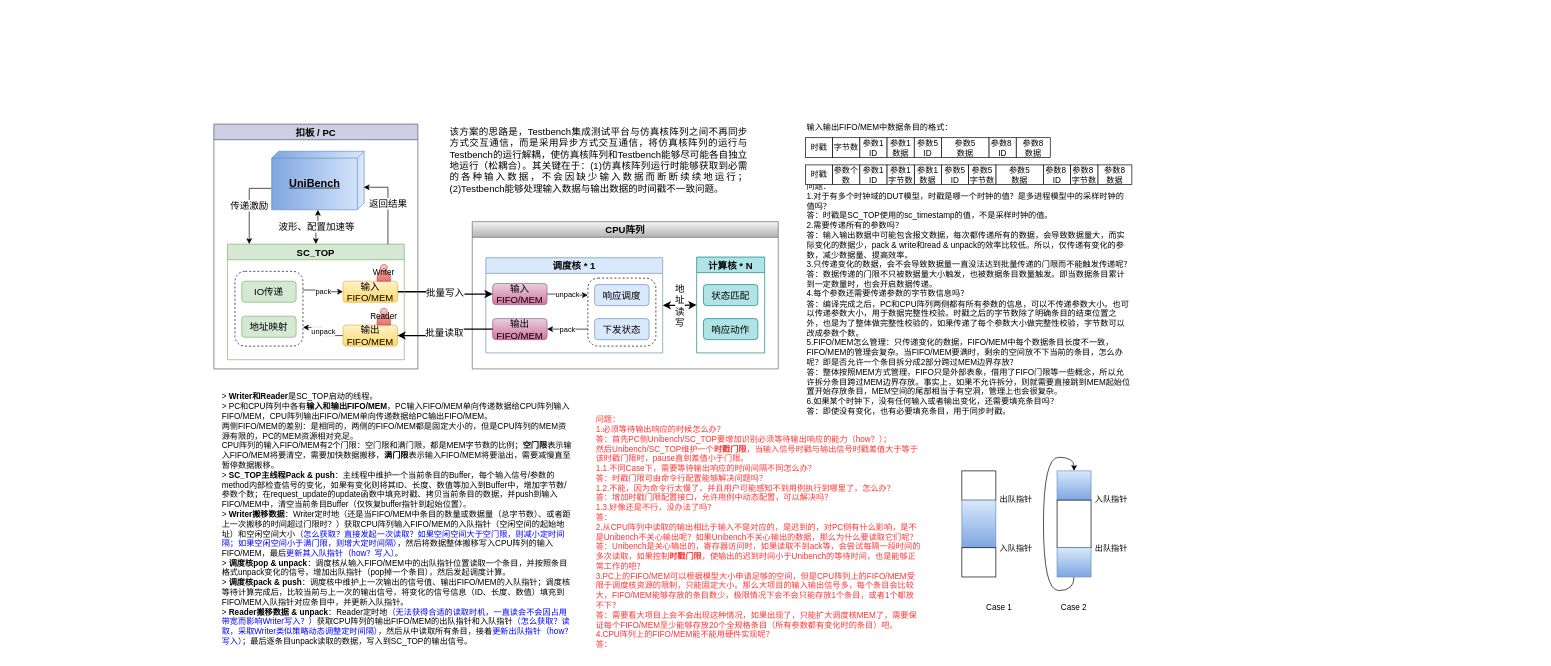
Dercury/CLDK keeps this draw.io diagram as page "异步通信" (2 of 2) of verilator_digrams/aync_comm.drawio. Above is the earlier version. Source tidied: cells renumbered, new cells numbered last; positions are measured from the earlier drawing's top-left corner, leaving out a move shared by most shapes. Both pictures are drawn from the tidied source at 68%, with x=0, y=0 at pixel (214, 117).
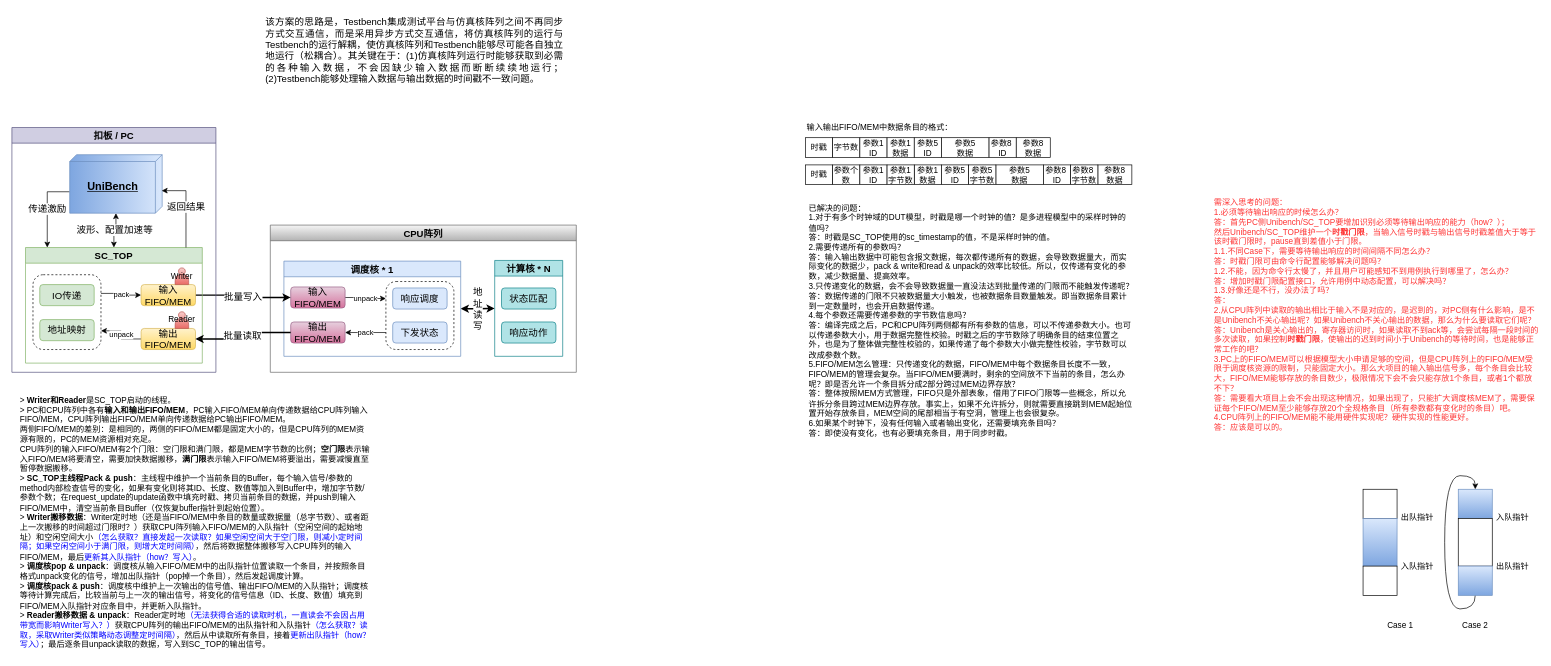
The same page after the edit.

The edit, as a diff of the source:
```diff
@@
     <mxCell id="2" value="CPU阵列" style="swimlane;fontSize=14;fillColor=#f5f5f5;strokeColor=#666666;gradientColor=#b3b3b3;" parent="1" vertex="1">
-      <mxGeometry x="380" y="153.5" width="450" height="216.5" as="geometry" />
+      <mxGeometry x="83" y="158.5" width="450" height="216.5" as="geometry" />
     </mxCell>
@@
     <mxCell id="17" value="扣板 / PC" style="swimlane;fontSize=14;fillColor=#d0cee2;strokeColor=#56517e;" parent="1" vertex="1">
-      <mxGeometry y="10" width="300" height="360" as="geometry" />
+      <mxGeometry x="-297" y="15" width="300" height="360" as="geometry" />
     </mxCell>
@@
-    <mxCell id="34" value="&lt;div&gt;&lt;span style=&quot;background-color: initial; color: rgb(255, 51, 51);&quot;&gt;问题：&lt;/span&gt;&lt;br&gt;&lt;/div&gt;&lt;div&gt;&lt;font color=&quot;#ff3333&quot;&gt;1.必须等待输出响应的时候怎么办？&lt;/font&gt;&lt;/div&gt;&lt;div&gt;&lt;font color=&quot;#ff3333&quot;&gt;答：首先PC侧Unibench/SC_TOP要增加识别必须等待输出响应的能力（how？）；&lt;/font&gt;&lt;/div&gt;&lt;div&gt;&lt;font color=&quot;#ff3333&quot;&gt;然后Unibench/SC_TOP维护一个&lt;b&gt;时戳门限&lt;/b&gt;，当输入信号时戳与输出信号时戳差值大于等于该时戳门限时，pause直到差值小于门限。&lt;/font&gt;&lt;/div&gt;&lt;div&gt;&lt;font color=&quot;#ff3333&quot;&gt;1.1.不同Case下，需要等待输出响应的时间间隔不同怎么办？&lt;/font&gt;&lt;/div&gt;&lt;div&gt;&lt;font color=&quot;#ff3333&quot;&gt;答：时戳门限可由命令行配置能够解决问题吗？&lt;/font&gt;&lt;/div&gt;&lt;div&gt;&lt;font color=&quot;#ff3333&quot;&gt;1.2.不能，因为命令行太慢了，并且用户可能感知不到用例执行到哪里了，怎么办？&lt;/font&gt;&lt;/div&gt;&lt;div&gt;&lt;font color=&quot;#ff3333&quot;&gt;答：增加时戳门限配置接口，允许用例中动态配置，可以解决吗？&lt;/font&gt;&lt;/div&gt;&lt;div&gt;&lt;font color=&quot;#ff3333&quot;&gt;1.3.好像还是不行，没办法了吗？&lt;/font&gt;&lt;/div&gt;&lt;div&gt;&lt;font color=&quot;#ff3333&quot;&gt;答：&lt;/font&gt;&lt;/div&gt;&lt;div&gt;&lt;font color=&quot;#ff3333&quot;&gt;2.从CPU阵列中读取的输出相比于输入不是对应的，是迟到的，对PC侧有什么影响，是不是Unibench不关心输出呢？&lt;/font&gt;&lt;span style=&quot;color: rgb(255, 51, 51); background-color: initial;&quot;&gt;如果Unibench不关心输出的数据，那么为什么要读取它们呢？&lt;/span&gt;&lt;/div&gt;&lt;div&gt;&lt;span style=&quot;color: rgb(255, 51, 51);&quot;&gt;答：Unibench是关心输出的，寄存器访问时，如果读取不到ack等，会尝试每隔一段时间的多次读取，如果控制&lt;b&gt;时戳门限&lt;/b&gt;，使输出的迟到时间小于Unibench的等待时间，也是能够正常工作的吧？&lt;/span&gt;&lt;span style=&quot;color: rgb(255, 51, 51); background-color: initial;&quot;&gt;&lt;br&gt;&lt;/span&gt;&lt;/div&gt;&lt;div&gt;&lt;span style=&quot;color: rgb(255, 51, 51); background-color: initial;&quot;&gt;3.PC上的FIFO/MEM可以根据模型大小申请足够的空间，但是CPU阵列上的FIFO/MEM受限于调度核资源的限制，只能固定大小。那么大项目的输入输出信号多，每个条目会比较大，FIFO/MEM能够存放的条目数少，极限情况下会不会只能存放1个条目，或者1个都放不下？&lt;/span&gt;&lt;/div&gt;&lt;div&gt;&lt;span style=&quot;color: rgb(255, 51, 51); background-color: initial;&quot;&gt;答：需要看大项目上会不会出现这种情况，如果出现了，只能扩大调度核MEM了，需要保证每个FIFO/MEM至少能够存放20个全规格条目（所有参数都有变化时的条目）吧。&lt;/span&gt;&lt;/div&gt;&lt;div&gt;&lt;span style=&quot;color: rgb(255, 51, 51); background-color: initial;&quot;&gt;4.CPU阵列上的FIFO/MEM能不能用硬件实现呢？&lt;/span&gt;&lt;/div&gt;&lt;div&gt;&lt;span style=&quot;color: rgb(255, 51, 51);&quot;&gt;答：&lt;/span&gt;&lt;span style=&quot;color: rgb(255, 51, 51); background-color: initial;&quot;&gt;&lt;br&gt;&lt;/span&gt;&lt;/div&gt;" style="text;html=1;align=left;verticalAlign=middle;whiteSpace=wrap;rounded=0;" parent="1" vertex="1">
-      <mxGeometry x="560" y="430" width="480" height="360" as="geometry" />
+    <mxCell id="34" value="&lt;div&gt;&lt;span style=&quot;background-color: initial; color: rgb(255, 51, 51);&quot;&gt;需深入思考的问题：&lt;/span&gt;&lt;br&gt;&lt;/div&gt;&lt;div&gt;&lt;font color=&quot;#ff3333&quot;&gt;1.必须等待输出响应的时候怎么办？&lt;/font&gt;&lt;/div&gt;&lt;div&gt;&lt;font color=&quot;#ff3333&quot;&gt;答：首先PC侧Unibench/SC_TOP要增加识别必须等待输出响应的能力（how？）；&lt;/font&gt;&lt;/div&gt;&lt;div&gt;&lt;font color=&quot;#ff3333&quot;&gt;然后Unibench/SC_TOP维护一个&lt;b&gt;时戳门限&lt;/b&gt;，当输入信号时戳与输出信号时戳差值大于等于该时戳门限时，pause直到差值小于门限。&lt;/font&gt;&lt;/div&gt;&lt;div&gt;&lt;font color=&quot;#ff3333&quot;&gt;1.1.不同Case下，需要等待输出响应的时间间隔不同怎么办？&lt;/font&gt;&lt;/div&gt;&lt;div&gt;&lt;font color=&quot;#ff3333&quot;&gt;答：时戳门限可由命令行配置能够解决问题吗？&lt;/font&gt;&lt;/div&gt;&lt;div&gt;&lt;font color=&quot;#ff3333&quot;&gt;1.2.不能，因为命令行太慢了，并且用户可能感知不到用例执行到哪里了，怎么办？&lt;/font&gt;&lt;/div&gt;&lt;div&gt;&lt;font color=&quot;#ff3333&quot;&gt;答：增加时戳门限配置接口，允许用例中动态配置，可以解决吗？&lt;/font&gt;&lt;/div&gt;&lt;div&gt;&lt;font color=&quot;#ff3333&quot;&gt;1.3.好像还是不行，没办法了吗？&lt;/font&gt;&lt;/div&gt;&lt;div&gt;&lt;font color=&quot;#ff3333&quot;&gt;答：&lt;/font&gt;&lt;/div&gt;&lt;div&gt;&lt;font color=&quot;#ff3333&quot;&gt;2.从CPU阵列中读取的输出相比于输入不是对应的，是迟到的，对PC侧有什么影响，是不是Unibench不关心输出呢？&lt;/font&gt;&lt;span style=&quot;color: rgb(255, 51, 51); background-color: initial;&quot;&gt;如果Unibench不关心输出的数据，那么为什么要读取它们呢？&lt;/span&gt;&lt;/div&gt;&lt;div&gt;&lt;span style=&quot;color: rgb(255, 51, 51);&quot;&gt;答：Unibench是关心输出的，寄存器访问时，如果读取不到ack等，会尝试每隔一段时间的多次读取，如果控制&lt;b&gt;时戳门限&lt;/b&gt;，使输出的迟到时间小于Unibench的等待时间，也是能够正常工作的吧？&lt;/span&gt;&lt;span style=&quot;color: rgb(255, 51, 51); background-color: initial;&quot;&gt;&lt;br&gt;&lt;/span&gt;&lt;/div&gt;&lt;div&gt;&lt;span style=&quot;color: rgb(255, 51, 51); background-color: initial;&quot;&gt;3.PC上的FIFO/MEM可以根据模型大小申请足够的空间，但是CPU阵列上的FIFO/MEM受限于调度核资源的限制，只能固定大小。那么大项目的输入输出信号多，每个条目会比较大，FIFO/MEM能够存放的条目数少，极限情况下会不会只能存放1个条目，或者1个都放不下？&lt;/span&gt;&lt;/div&gt;&lt;div&gt;&lt;span style=&quot;color: rgb(255, 51, 51); background-color: initial;&quot;&gt;答：需要看大项目上会不会出现这种情况，如果出现了，只能扩大调度核MEM了，需要保证每个FIFO/MEM至少能够存放20个全规格条目（所有参数都有变化时的条目）吧。&lt;/span&gt;&lt;/div&gt;&lt;div&gt;&lt;span style=&quot;color: rgb(255, 51, 51); background-color: initial;&quot;&gt;4.CPU阵列上的FIFO/MEM能不能用硬件实现呢？硬件实现的性能更好。&lt;/span&gt;&lt;/div&gt;&lt;div&gt;&lt;span style=&quot;color: rgb(255, 51, 51);&quot;&gt;答：应该是可以的。&lt;/span&gt;&lt;span style=&quot;color: rgb(255, 51, 51); background-color: initial;&quot;&gt;&lt;br&gt;&lt;/span&gt;&lt;/div&gt;" style="text;html=1;align=left;verticalAlign=middle;whiteSpace=wrap;rounded=0;" parent="1" vertex="1">
+      <mxGeometry x="1469" y="111" width="480" height="360" as="geometry" />
     </mxCell>
@@
-    <mxCell id="44" value="&lt;span style=&quot;&quot;&gt;问题：&lt;/span&gt;&lt;div&gt;&lt;span style=&quot;&quot;&gt;1.对于有多个时钟域的DUT模型，时戳是哪一个时钟的值？是多进程模型中的采样时钟的值吗？&lt;/span&gt;&lt;/div&gt;&lt;div&gt;答：时戳是SC_TOP使用的sc_timestamp的值，不是采样时钟的值。&lt;/div&gt;&lt;div&gt;2.需要传递所有的参数吗？&lt;/div&gt;&lt;div&gt;&lt;span style=&quot;background-color: initial;&quot;&gt;答：&lt;/span&gt;输入输出数据中可能包含报文数据，每次都传递所有的数据，会导致数据量大，而实际变化的数据少，pack &amp;amp; write和read &amp;amp; unpack的效率比较低。所以，仅传递有变化的参数，减少数据量、提高效率。&lt;/div&gt;&lt;div&gt;3.只传递变化的数据，会不会导致数据量一直没法达到批量传递的门限而不能触发传递呢？&lt;/div&gt;&lt;div&gt;&lt;span style=&quot;background-color: initial;&quot;&gt;答：&lt;/span&gt;数据传递的门限不只被数据量大小触发，也被数据条目数量触发。即当数据条目累计到一定数量时，也会开启数据传递。&lt;/div&gt;&lt;div&gt;4.每个参数还需要传递参数的字节数信息吗？&lt;/div&gt;&lt;div&gt;&lt;span style=&quot;background-color: initial;&quot;&gt;答：&lt;/span&gt;编译完成之后，PC和CPU阵列两侧都有&lt;span style=&quot;background-color: initial;&quot;&gt;所有&lt;/span&gt;&lt;span style=&quot;background-color: initial;&quot;&gt;参数的信息，可以不传递参数大小。也可以传递参数大小，用于数据完整性校验。时戳之后的字节数除了明确条目的结束位置之外，也是为了整体做完整性校验的，如果传递了每个参数大小做完整性校验，字节数可以改成参数个数。&lt;/span&gt;&lt;/div&gt;&lt;div&gt;&lt;span style=&quot;background-color: initial;&quot;&gt;5.FIFO/MEM怎么管理：只传递变化的数据，FIFO/MEM中每个数据条目长度不一致，FIFO/MEM的管理会复杂。当FIFO/MEM要满时，剩余的空间放不下当前的条目，怎么办呢？即是否允许一个条目拆分成2部分跨过MEM边界存放？&lt;/span&gt;&lt;/div&gt;&lt;div&gt;答：整体按照MEM方式管理，FIFO只是外部表象，借用了FIFO门限等一些概念，所以允许拆分条目跨过MEM边界存放。事实上，如果不允许拆分，则就需要直接跳到MEM起始位置开始存放条目，MEM空间的尾部相当于有空洞，管理上也会很复杂。&lt;span style=&quot;background-color: initial;&quot;&gt;&lt;br&gt;&lt;/span&gt;&lt;/div&gt;&lt;div&gt;&lt;span style=&quot;background-color: initial;&quot;&gt;6.如果某个时钟下，没有任何输入或者输出变化，还需要填充条目吗？&lt;/span&gt;&lt;/div&gt;&lt;div&gt;&lt;span style=&quot;background-color: initial;&quot;&gt;答：即使没有变化，也&lt;/span&gt;&lt;span style=&quot;background-color: initial;&quot;&gt;有必要填充条目，用于同步时戳。&lt;/span&gt;&lt;/div&gt;" style="text;html=1;align=left;verticalAlign=middle;whiteSpace=wrap;rounded=0;" parent="1" vertex="1">
-      <mxGeometry x="870" y="103" width="480" height="327" as="geometry" />
+    <mxCell id="44" value="&lt;span style=&quot;&quot;&gt;已解决的问题：&lt;/span&gt;&lt;div&gt;&lt;span style=&quot;&quot;&gt;1.对于有多个时钟域的DUT模型，时戳是哪一个时钟的值？是多进程模型中的采样时钟的值吗？&lt;/span&gt;&lt;/div&gt;&lt;div&gt;答：时戳是SC_TOP使用的sc_timestamp的值，不是采样时钟的值。&lt;/div&gt;&lt;div&gt;2.需要传递所有的参数吗？&lt;/div&gt;&lt;div&gt;&lt;span style=&quot;background-color: initial;&quot;&gt;答：&lt;/span&gt;输入输出数据中可能包含报文数据，每次都传递所有的数据，会导致数据量大，而实际变化的数据少，pack &amp;amp; write和read &amp;amp; unpack的效率比较低。所以，仅传递有变化的参数，减少数据量、提高效率。&lt;/div&gt;&lt;div&gt;3.只传递变化的数据，会不会导致数据量一直没法达到批量传递的门限而不能触发传递呢？&lt;/div&gt;&lt;div&gt;&lt;span style=&quot;background-color: initial;&quot;&gt;答：&lt;/span&gt;数据传递的门限不只被数据量大小触发，也被数据条目数量触发。即当数据条目累计到一定数量时，也会开启数据传递。&lt;/div&gt;&lt;div&gt;4.每个参数还需要传递参数的字节数信息吗？&lt;/div&gt;&lt;div&gt;&lt;span style=&quot;background-color: initial;&quot;&gt;答：&lt;/span&gt;编译完成之后，PC和CPU阵列两侧都有&lt;span style=&quot;background-color: initial;&quot;&gt;所有&lt;/span&gt;&lt;span style=&quot;background-color: initial;&quot;&gt;参数的信息，可以不传递参数大小。也可以传递参数大小，用于数据完整性校验。时戳之后的字节数除了明确条目的结束位置之外，也是为了整体做完整性校验的，如果传递了每个参数大小做完整性校验，字节数可以改成参数个数。&lt;/span&gt;&lt;/div&gt;&lt;div&gt;&lt;span style=&quot;background-color: initial;&quot;&gt;5.FIFO/MEM怎么管理：只传递变化的数据，FIFO/MEM中每个数据条目长度不一致，FIFO/MEM的管理会复杂。当FIFO/MEM要满时，剩余的空间放不下当前的条目，怎么办呢？即是否允许一个条目拆分成2部分跨过MEM边界存放？&lt;/span&gt;&lt;/div&gt;&lt;div&gt;答：整体按照MEM方式管理，FIFO只是外部表象，借用了FIFO门限等一些概念，所以允许拆分条目跨过MEM边界存放。事实上，如果不允许拆分，则就需要直接跳到MEM起始位置开始存放条目，MEM空间的尾部相当于有空洞，管理上也会很复杂。&lt;span style=&quot;background-color: initial;&quot;&gt;&lt;br&gt;&lt;/span&gt;&lt;/div&gt;&lt;div&gt;&lt;span style=&quot;background-color: initial;&quot;&gt;6.如果某个时钟下，没有任何输入或者输出变化，还需要填充条目吗？&lt;/span&gt;&lt;/div&gt;&lt;div&gt;&lt;span style=&quot;background-color: initial;&quot;&gt;答：即使没有变化，也&lt;/span&gt;&lt;span style=&quot;background-color: initial;&quot;&gt;有必要填充条目，用于同步时戳。&lt;/span&gt;&lt;/div&gt;" style="text;html=1;align=left;verticalAlign=middle;whiteSpace=wrap;rounded=0;" parent="1" vertex="1">
+      <mxGeometry x="873" y="118" width="480" height="361" as="geometry" />
     </mxCell>
@@
     <mxCell id="56" value="&lt;div&gt;&lt;span style=&quot;background-color: initial;&quot;&gt;&amp;gt; &lt;b&gt;Writer和Reader&lt;/b&gt;是SC_TOP启动的线程。&lt;/span&gt;&lt;/div&gt;&lt;div&gt;&lt;span style=&quot;background-color: initial;&quot;&gt;&amp;gt; PC和CPU阵列中各有&lt;b&gt;输入和输出FIFO/MEM&lt;/b&gt;，PC输入FIFO/MEM单向传递数据给CPU阵列输入FIFO/MEM，CPU阵列输出FIFO/MEM单向传递数据给PC输出FIFO/MEM。&lt;/span&gt;&lt;br&gt;&lt;/div&gt;&lt;div&gt;两侧FIFO/MEM的差别：是相同的，两侧的FIFO/MEM都是固定大小的，但是&lt;span style=&quot;background-color: initial;&quot;&gt;CPU阵列的MEM资源有限的，&lt;/span&gt;&lt;span style=&quot;background-color: initial;&quot;&gt;PC的MEM资源相对充足。&lt;/span&gt;&lt;/div&gt;&lt;div&gt;CPU阵列的输入FIFO/MEM有2个门限：空门限和满门限，都是MEM字节数的比例；&lt;b&gt;空门限&lt;/b&gt;表示输入FIFO/MEM将要清空，需要加快数据搬移，&lt;b&gt;满门限&lt;/b&gt;表示输入FIFO/MEM将要溢出，需要减慢直至暂停数据搬移。&lt;br&gt;&lt;/div&gt;&lt;div&gt;&lt;span style=&quot;background-color: initial;&quot;&gt;&amp;gt;&amp;nbsp;&lt;/span&gt;&lt;b style=&quot;background-color: initial;&quot;&gt;SC_TOP&lt;/b&gt;&lt;b style=&quot;background-color: initial;&quot;&gt;主线程Pack &amp;amp; push&lt;/b&gt;&lt;span style=&quot;background-color: initial;&quot;&gt;：主线程中维护一个当前条目的Buffer，每个输入信号/参数的method内部检查信号的变化，如果有变化则将其ID、长度、数值等加入到Buffer中，增加字节数/参数个数；在request_update的update函数中填充时戳、拷贝当前条目的数据，并push到输入FIFO/MEM中，清空当前条目Buffer（仅恢复buffer指针到起始位置）。&lt;/span&gt;&lt;/div&gt;&lt;div&gt;&amp;gt; &lt;b&gt;Writer搬移数据&lt;/b&gt;：&lt;span style=&quot;background-color: initial;&quot;&gt;Writer定时地&lt;/span&gt;&lt;span style=&quot;background-color: initial;&quot;&gt;（还是当FIFO/MEM中条目的数量或数据量（总字节数）、或者距上一次搬移的时间超过门限时？&lt;/span&gt;&lt;span style=&quot;background-color: initial;&quot;&gt;）&lt;/span&gt;&lt;font style=&quot;background-color: initial;&quot;&gt;获取CPU阵列输入FIFO/MEM的入队指针（&lt;/font&gt;&lt;span style=&quot;background-color: initial;&quot;&gt;空闲空间的起始地址&lt;/span&gt;&lt;font style=&quot;background-color: initial;&quot;&gt;）和空闲空间大小&lt;/font&gt;&lt;font color=&quot;#0000ff&quot; style=&quot;background-color: initial;&quot;&gt;（怎么获取？直接发起一次读取？如果空闲空间大于空门限，则减小定时间隔；如果空闲空间小于满门限，则增大定时间隔）&lt;/font&gt;&lt;span style=&quot;background-color: initial;&quot;&gt;，然后将数据整体搬移写入CPU阵列的输入FIFO/MEM，最后&lt;/span&gt;&lt;font color=&quot;#0000ff&quot; style=&quot;background-color: initial;&quot;&gt;更新其入队指针（how？写入）&lt;/font&gt;&lt;span style=&quot;background-color: initial;&quot;&gt;。&lt;/span&gt;&lt;/div&gt;&lt;div&gt;&amp;gt; &lt;b&gt;调度核pop &amp;amp; unpack&lt;/b&gt;：调度核从输入FIFO/MEM中的出队指针位置读取一个条目，并按照条目格式unpack变化的信号，增加出队指针（pop掉一个条目），然后发起调度计算。&lt;/div&gt;&lt;div&gt;&amp;gt; &lt;b&gt;调度核pack &amp;amp; push&lt;/b&gt;：调度核中维护上一次输出的信号值、输出FIFO/MEM的入队指针；调度核等待计算完成后，比较当前与上一次的输出信号，将变化的信号信息（ID、长度、数值）填充到FIFO/MEM入队指针对应条目中，并更新入队指针。&lt;/div&gt;&lt;div&gt;&amp;gt; &lt;b&gt;Reader搬移数据 &amp;amp; unpack&lt;/b&gt;：Reader定时地&lt;font color=&quot;#0000ff&quot;&gt;（无法获得合适的读取时机，一直读会不会因占用带宽而影响Writer写入？&lt;/font&gt;&lt;span style=&quot;background-color: initial;&quot;&gt;&lt;font color=&quot;#0000ff&quot;&gt;）&lt;/font&gt;获取&lt;/span&gt;&lt;span style=&quot;background-color: initial;&quot;&gt;CPU阵列的输出FIFO/MEM的出队指针和入队指针&lt;/span&gt;&lt;span style=&quot;background-color: initial;&quot;&gt;&lt;font color=&quot;#0000ff&quot;&gt;（怎么获取？读取，采取Writer类似策略动态调整定时间隔）&lt;/font&gt;&lt;/span&gt;&lt;span style=&quot;background-color: initial;&quot;&gt;，然后&lt;/span&gt;&lt;span style=&quot;background-color: initial;&quot;&gt;从中读取所有条目，接着&lt;/span&gt;&lt;font color=&quot;#0000ff&quot; style=&quot;background-color: initial;&quot;&gt;更新出队指针（how？写入）&lt;/font&gt;&lt;span style=&quot;background-color: initial;&quot;&gt;；最后逐条目unpack读取的数据，写入到SC_TOP的输出信号。&lt;/span&gt;&lt;/div&gt;" style="text;html=1;align=left;verticalAlign=middle;whiteSpace=wrap;rounded=0;" parent="1" vertex="1">
-      <mxGeometry x="10" y="401" width="520" height="380" as="geometry" />
+      <mxGeometry x="-287" y="406" width="520" height="380" as="geometry" />
     </mxCell>
     <mxCell id="57" style="group;" parent="1" vertex="1">
-      <mxGeometry x="1100" y="500" width="250" height="231" as="geometry" />
+      <mxGeometry x="1690" y="527" width="250" height="231" as="geometry" />
     </mxCell>
@@
     <mxCell id="75" value="&lt;div style=&quot;text-align: justify; font-size: 14px;&quot;&gt;&lt;span style=&quot;background-color: initial; font-size: 14px;&quot;&gt;&lt;font style=&quot;font-size: 14px;&quot; face=&quot;宋体&quot;&gt;该方案的思路是，Testbench集成测试平台与仿真核阵列之间不再同步方式交互通信，而是采用异步方式交互通信，将仿真核阵列的运行与Testbench的运行解耦，使仿真核阵列和Testbench能够尽可能各自独立地运行（松耦合）。其关键在于：(1)仿真核阵列运行时能够获取到必需的各种输入数据，不会因缺少输入数据而断断续续地运行；(2)Testbench能够处理输入数据与输出数据的时间戳不一致问题。&lt;/font&gt;&lt;/span&gt;&lt;/div&gt;" style="text;whiteSpace=wrap;html=1;fontSize=14;" parent="1" vertex="1">
-      <mxGeometry x="345" y="6" width="440" height="114" as="geometry" />
+      <mxGeometry x="74" y="-155" width="440" height="114" as="geometry" />
     </mxCell>
```
